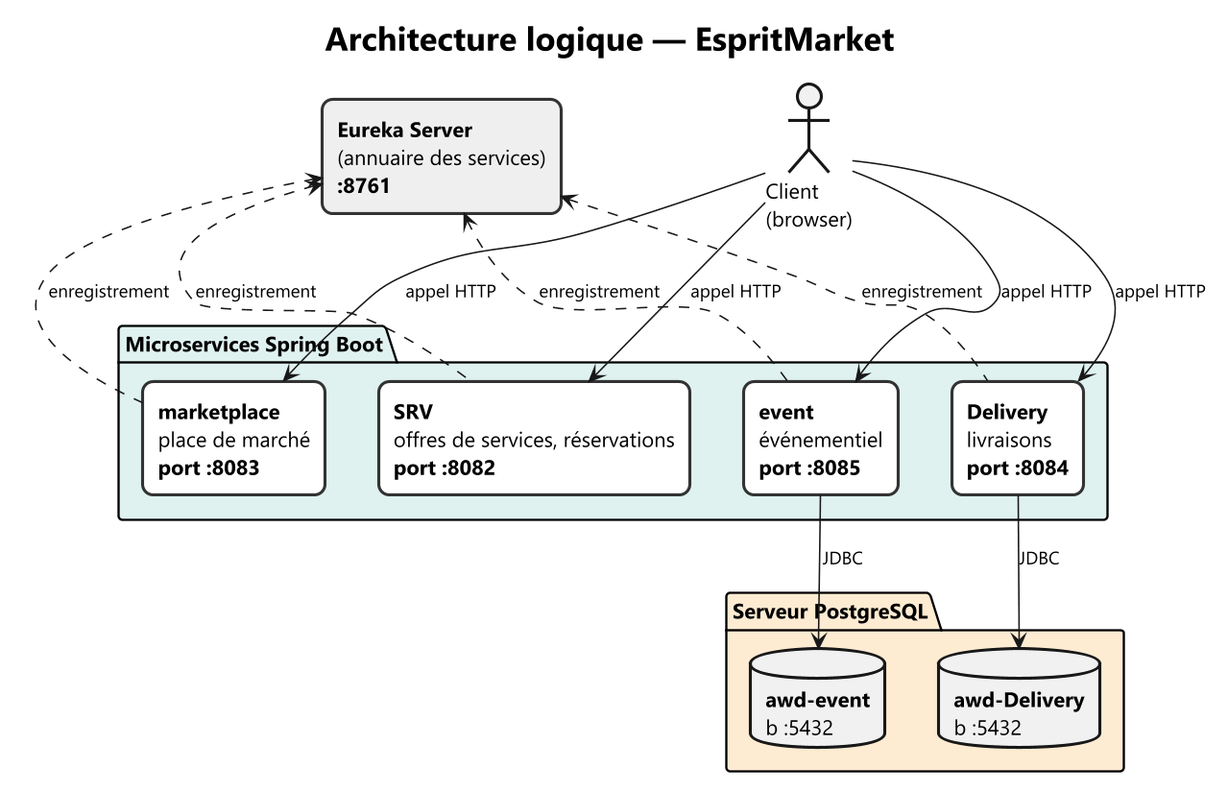
Above: documentation/diag/architecture-logique.png in TheSphynxoid/AWD-EspritMarket (PlantUML), before the change.
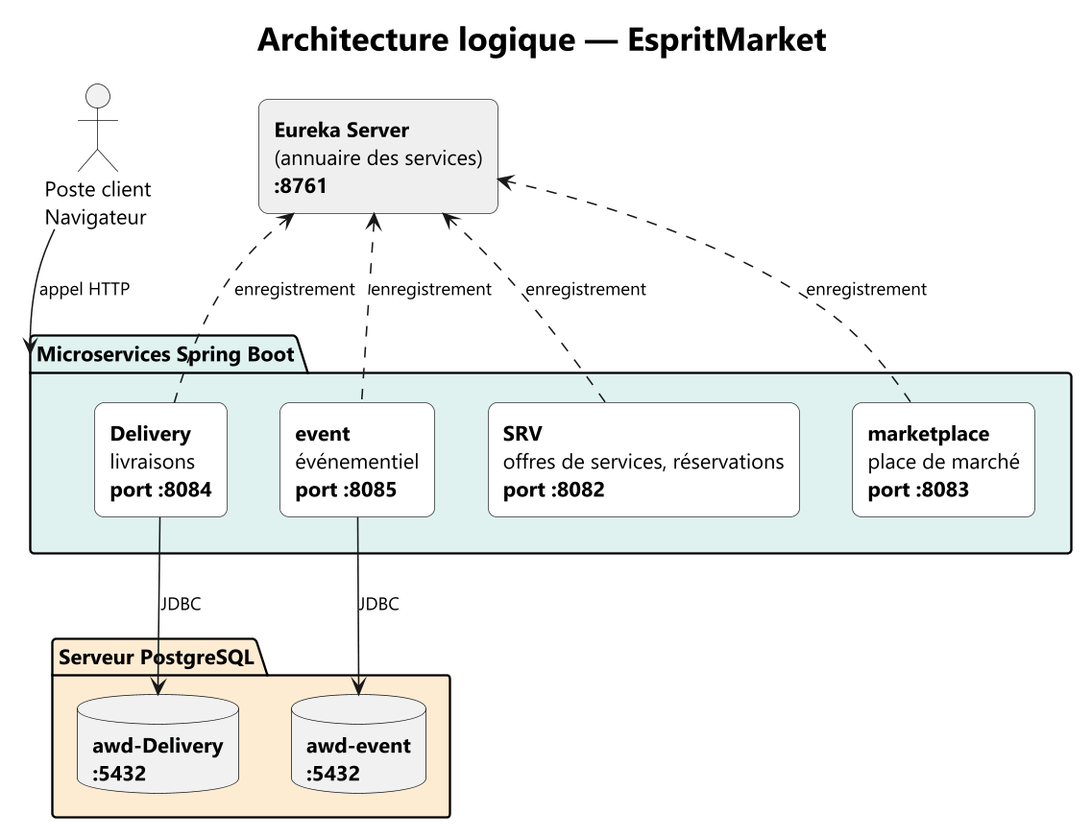
Above is the later version.

Diff of the diagram source:
```diff
@@ -8,34 +8,35 @@
 skinparam rectangleRoundCorner 12
 skinparam packageRectangleRoundCorner 18
 skinparam ArrowFontSize 12
-skinparam TitleBorderThickness 2
-skinparam TitleBorderRoundCorner 14
 
 skinparam rectangle {
   BackgroundColor #FFFFFF
   BorderColor #333333
 }
 
-actor "Client\n(browser)" as Client
+actor "Poste client\nNavigateur" as Client
 
-rectangle "**Eureka Server**\n(annuaire des services)\n**:8761**" as EU #EFEFEF
+rectangle "**Eureka Server**\n(annuaire des services)\n<b>:8761</b>" as EU #EFEFEF
 
-package "Microservices Spring Boot" #DFF2F0 {
+package "Microservices Spring Boot" as MS #DFF2F0 {
   rectangle "**SRV**\noffres de services, réservations\n<b>port :8082</b>" as SRV
   rectangle "**marketplace**\nplace de marché\n<b>port :8083</b>" as MKT
   rectangle "**Delivery**\nlivraisons\n<b>port :8084</b>" as DEL
   rectangle "**event**\névénementiel\n<b>port :8085</b>" as EVT
+  SRV -[hidden]right-> MKT
+  MKT -[hidden]right-> DEL
+  DEL -[hidden]right-> EVT
 }
 
-package "Serveur PostgreSQL" #FDEBD2 {
-  database "**awd-Delivery**\nb :5432" as AWDDB
-  database "**awd-event**\nb :5432" as EVTDB
+package "Serveur PostgreSQL" as DBS #FDEBD2 {
+  database "**awd-Delivery**\n<b>:5432</b>" as AWDDB
+  database "**awd-event**\n<b>:5432</b>" as EVTDB
+  AWDDB -[hidden]right-> EVTDB
 }
 
-Client -down-> SRV : appel HTTP
-Client -down-> MKT : appel HTTP
-Client -down-> DEL : appel HTTP
-Client -down-> EVT : appel HTTP
+Client -[hidden]right-> EU
+
+Client -down-> MS : appel HTTP
 
 SRV .up.> EU : enregistrement
 MKT .up.> EU : enregistrement
```
